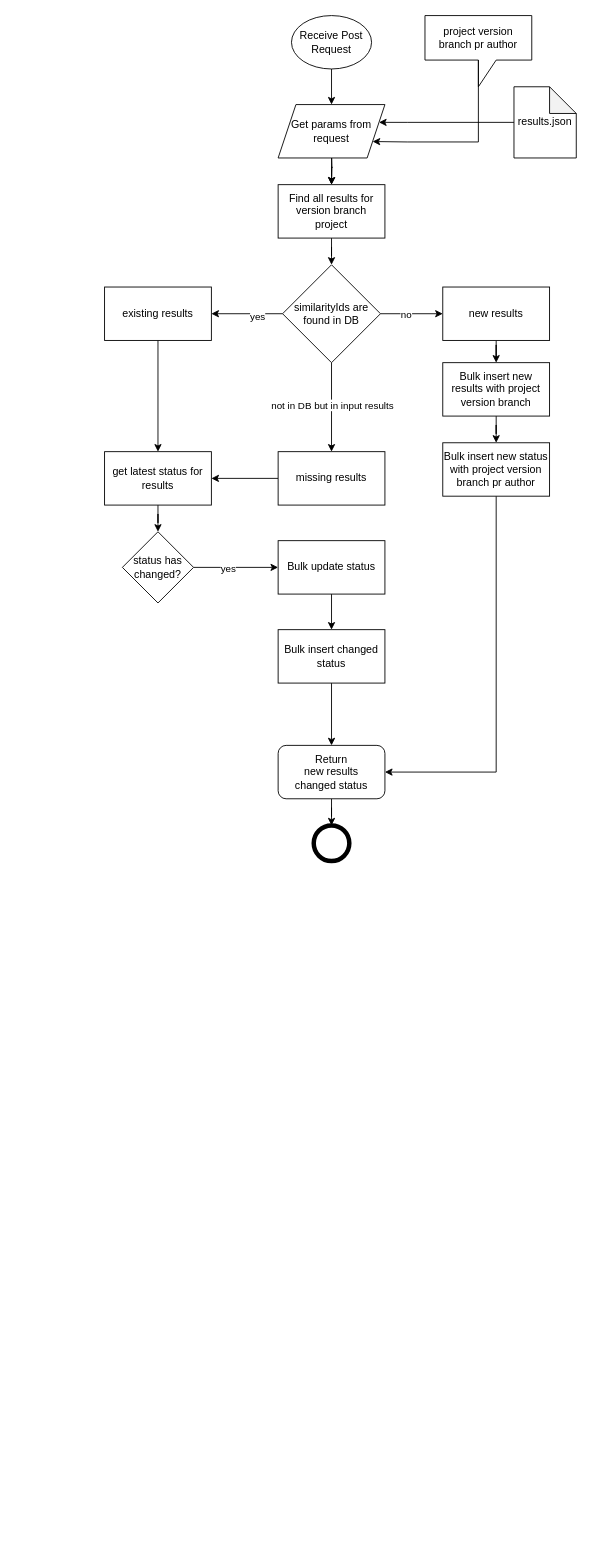
Before: page "Upload Results" (1 of 3) of Untitled Diagram.drawio in cx-joaoguedes/drawio, a draw.io diagram. Source tidied: cells renumbered, new cells numbered last; positions are measured from the earlier drawing's top-left corner, leaving out a move shared by most shapes. Both pictures are drawn from the tidied source at 89%, with x=0, y=0 at pixel (104, 15).
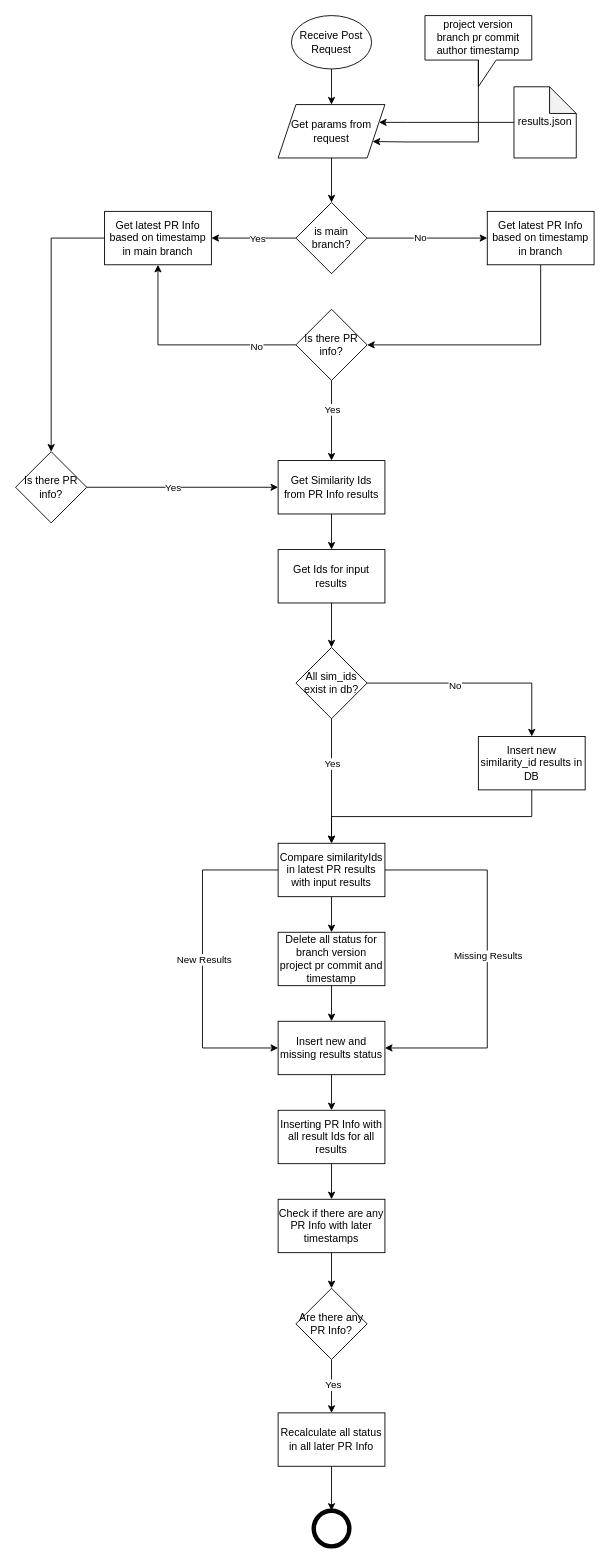
Above is the later version.

Commit message:
New logic for vorpal upload

The change refers to these unchanged cells:
```xml
<mxCell id="18" value="Get params from request" style="shape=parallelogram;perimeter=parallelogramPerimeter;whiteSpace=wrap;html=1;fixedSize=1;" parent="1" vertex="1">
  <mxGeometry x="195" y="100" width="120" height="60" as="geometry" />
</mxCell>
```

The edit, as a diff of the source:
```diff
@@
-    <mxCell id="4" style="edgeStyle=orthogonalEdgeStyle;rounded=0;orthogonalLoop=1;jettySize=auto;html=1;entryX=0.5;entryY=0;entryDx=0;entryDy=0;" parent="1" edge="1">
-      <mxGeometry relative="1" as="geometry">
-        <mxPoint x="255" y="150" as="sourcePoint" />
-        <mxPoint x="255" y="190" as="targetPoint" />
-      </mxGeometry>
-    </mxCell>
@@
-    <mxCell id="7" value="project version branch pr author" style="shape=callout;whiteSpace=wrap;html=1;perimeter=calloutPerimeter;rotation=0;" parent="1" vertex="1">
+    <mxCell id="7" value="project version branch pr commit author timestamp" style="shape=callout;whiteSpace=wrap;html=1;perimeter=calloutPerimeter;rotation=0;" parent="1" vertex="1">
       <mxGeometry x="360" width="120" height="80" as="geometry" />
     </mxCell>
@@
-    <mxCell id="9" style="edgeStyle=orthogonalEdgeStyle;rounded=0;jettySize=auto;html=1;exitX=0.5;exitY=1;exitDx=0;exitDy=0;" parent="1" edge="1" source="19" target="16">
-      <mxGeometry relative="1" as="geometry" />
-    </mxCell>
-    <mxCell id="10" style="edgeStyle=orthogonalEdgeStyle;rounded=0;jettySize=auto;html=1;" parent="1" edge="1" source="16" target="23">
-      <mxGeometry relative="1" as="geometry" />
-    </mxCell>
-    <mxCell id="11" value="yes" style="edgeLabel;html=1;align=center;verticalAlign=middle;" parent="10" vertex="1">
-      <mxGeometry x="-0.27" y="3" relative="1" as="geometry" />
-    </mxCell>
-    <mxCell id="12" style="edgeStyle=orthogonalEdgeStyle;rounded=0;jettySize=auto;html=1;" parent="1" edge="1" source="16" target="21">
-      <mxGeometry relative="1" as="geometry" />
-    </mxCell>
-    <mxCell id="13" value="no" style="edgeLabel;html=1;align=center;verticalAlign=middle;" parent="12" vertex="1">
-      <mxGeometry x="-0.19" relative="1" as="geometry" />
-    </mxCell>
-    <mxCell id="14" style="edgeStyle=orthogonalEdgeStyle;rounded=0;jettySize=auto;html=1;" parent="1" edge="1" source="16" target="25">
-      <mxGeometry relative="1" as="geometry" />
-    </mxCell>
-    <mxCell id="15" value="not in DB but in input results" style="edgeLabel;html=1;align=center;verticalAlign=middle;" parent="14" vertex="1">
-      <mxGeometry x="-0.06" relative="1" as="geometry" />
-    </mxCell>
-    <mxCell id="16" value="similarityIds are found in DB" style="rhombus;whiteSpace=wrap;html=1;" parent="1" vertex="1">
-      <mxGeometry x="200" y="280" width="110" height="110" as="geometry" />
-    </mxCell>
-    <mxCell id="17" style="edgeStyle=orthogonalEdgeStyle;rounded=0;jettySize=auto;html=1;" parent="1" edge="1" source="18" target="19">
-      <mxGeometry relative="1" as="geometry" />
-    </mxCell>
+    <mxCell id="42" style="edgeStyle=orthogonalEdgeStyle;rounded=0;jettySize=auto;html=1;" parent="1" edge="1" source="18" target="47">
+      <mxGeometry relative="1" as="geometry" />
+    </mxCell>
@@
-    <mxCell id="19" value="Find all results for version branch project" style="rounded=0;whiteSpace=wrap;html=1;" parent="1" vertex="1">
-      <mxGeometry x="195" y="190" width="120" height="60" as="geometry" />
-    </mxCell>
-    <mxCell id="20" style="edgeStyle=orthogonalEdgeStyle;rounded=0;jettySize=auto;html=1;" parent="1" edge="1" source="21" target="27">
-      <mxGeometry relative="1" as="geometry" />
-    </mxCell>
-    <mxCell id="21" value="new results" style="rounded=0;whiteSpace=wrap;html=1;" parent="1" vertex="1">
-      <mxGeometry x="380" y="305" width="120" height="60" as="geometry" />
-    </mxCell>
-    <mxCell id="22" style="edgeStyle=orthogonalEdgeStyle;rounded=0;jettySize=auto;html=1;" parent="1" edge="1" source="23" target="31">
-      <mxGeometry relative="1" as="geometry" />
-    </mxCell>
-    <mxCell id="23" value="existing results" style="rounded=0;whiteSpace=wrap;html=1;" parent="1" vertex="1">
-      <mxGeometry y="305" width="120" height="60" as="geometry" />
-    </mxCell>
-    <mxCell id="24" style="edgeStyle=orthogonalEdgeStyle;rounded=0;jettySize=auto;html=1;" parent="1" edge="1" source="25" target="31">
-      <mxGeometry relative="1" as="geometry" />
-    </mxCell>
-    <mxCell id="25" value="missing results" style="rounded=0;whiteSpace=wrap;html=1;" parent="1" vertex="1">
-      <mxGeometry x="195" y="490" width="120" height="60" as="geometry" />
-    </mxCell>
-    <mxCell id="26" style="edgeStyle=orthogonalEdgeStyle;rounded=0;jettySize=auto;html=1;" parent="1" edge="1" source="27" target="29">
-      <mxGeometry relative="1" as="geometry" />
-    </mxCell>
-    <mxCell id="27" value="Bulk insert new results with project version branch" style="rounded=0;whiteSpace=wrap;html=1;" parent="1" vertex="1">
-      <mxGeometry x="380" y="390" width="120" height="60" as="geometry" />
-    </mxCell>
-    <mxCell id="28" style="edgeStyle=orthogonalEdgeStyle;rounded=0;jettySize=auto;html=1;entryX=1;entryY=0.5;entryDx=0;entryDy=0;" parent="1" edge="1" source="29" target="40">
-      <mxGeometry relative="1" as="geometry">
-        <Array as="points">
-          <mxPoint x="440" y="850" />
-        </Array>
-      </mxGeometry>
-    </mxCell>
-    <mxCell id="29" value="Bulk insert new status&lt;div&gt;with project version branch pr author&lt;/div&gt;" style="rounded=0;whiteSpace=wrap;html=1;" parent="1" vertex="1">
-      <mxGeometry x="380" y="480" width="120" height="60" as="geometry" />
-    </mxCell>
-    <mxCell id="30" style="edgeStyle=orthogonalEdgeStyle;rounded=0;jettySize=auto;html=1;" parent="1" edge="1" source="31" target="34">
-      <mxGeometry relative="1" as="geometry" />
-    </mxCell>
-    <mxCell id="31" value="get latest status for results" style="rounded=0;whiteSpace=wrap;html=1;" parent="1" vertex="1">
-      <mxGeometry y="490" width="120" height="60" as="geometry" />
-    </mxCell>
-    <mxCell id="32" style="edgeStyle=orthogonalEdgeStyle;rounded=0;jettySize=auto;html=1;" parent="1" edge="1" source="34" target="36">
-      <mxGeometry relative="1" as="geometry" />
-    </mxCell>
-    <mxCell id="33" value="yes" style="edgeLabel;html=1;align=center;verticalAlign=middle;" parent="32" vertex="1">
-      <mxGeometry x="-0.2" y="-1" relative="1" as="geometry" />
-    </mxCell>
-    <mxCell id="34" value="status has changed?" style="rhombus;whiteSpace=wrap;html=1;" parent="1" vertex="1">
-      <mxGeometry x="20" y="580" width="80" height="80" as="geometry" />
-    </mxCell>
-    <mxCell id="35" style="edgeStyle=orthogonalEdgeStyle;rounded=0;jettySize=auto;html=1;" parent="1" edge="1" source="36" target="38">
-      <mxGeometry relative="1" as="geometry" />
-    </mxCell>
-    <mxCell id="36" value="Bulk update status" style="rounded=0;whiteSpace=wrap;html=1;" parent="1" vertex="1">
-      <mxGeometry x="195" y="590" width="120" height="60" as="geometry" />
-    </mxCell>
-    <mxCell id="37" style="edgeStyle=orthogonalEdgeStyle;rounded=0;jettySize=auto;html=1;" parent="1" edge="1" source="38" target="40">
-      <mxGeometry relative="1" as="geometry" />
-    </mxCell>
-    <mxCell id="38" value="Bulk insert changed status" style="rounded=0;whiteSpace=wrap;html=1;" parent="1" vertex="1">
-      <mxGeometry x="195" y="690" width="120" height="60" as="geometry" />
-    </mxCell>
-    <mxCell id="39" style="edgeStyle=orthogonalEdgeStyle;rounded=0;jettySize=auto;html=1;" parent="1" edge="1" source="40" target="41">
-      <mxGeometry relative="1" as="geometry" />
-    </mxCell>
-    <mxCell id="40" value="Return&lt;div&gt;new results&lt;/div&gt;&lt;div&gt;changed status&lt;/div&gt;" style="rounded=1;whiteSpace=wrap;html=1;" parent="1" vertex="1">
-      <mxGeometry x="195" y="820" width="120" height="60" as="geometry" />
-    </mxCell>
     <mxCell id="41" style="ellipse;whiteSpace=wrap;html=1;rounded=1;fillColor=#ffffff;strokeWidth=5;strokeColor=#000000;" parent="1" vertex="1">
-      <mxGeometry x="235" y="910" width="40" height="40" as="geometry" />
+      <mxGeometry x="235" y="1680" width="40" height="40" as="geometry" />
     </mxCell>
+    <mxCell id="43" style="edgeStyle=orthogonalEdgeStyle;rounded=0;jettySize=auto;html=1;" parent="1" edge="1" source="47" target="49">
+      <mxGeometry relative="1" as="geometry" />
+    </mxCell>
+    <mxCell id="44" value="Yes" style="edgeLabel;html=1;align=center;verticalAlign=middle;" parent="43" vertex="1">
+      <mxGeometry x="-0.01" y="1" relative="1" as="geometry">
+        <mxPoint x="3" y="-1" as="offset" />
+      </mxGeometry>
+    </mxCell>
+    <mxCell id="45" style="edgeStyle=orthogonalEdgeStyle;rounded=0;jettySize=auto;html=1;" parent="1" edge="1" source="47" target="51">
+      <mxGeometry relative="1" as="geometry" />
+    </mxCell>
+    <mxCell id="46" value="No" style="edgeLabel;html=1;align=center;verticalAlign=middle;" parent="45" vertex="1">
+      <mxGeometry x="-0.12" y="1" relative="1" as="geometry" />
+    </mxCell>
+    <mxCell id="47" value="is main branch?" style="rhombus;whiteSpace=wrap;html=1;" parent="1" vertex="1">
+      <mxGeometry x="215" y="210" width="80" height="80" as="geometry" />
+    </mxCell>
+    <mxCell id="48" style="edgeStyle=orthogonalEdgeStyle;rounded=0;jettySize=auto;html=1;" parent="1" edge="1" source="49" target="59">
+      <mxGeometry relative="1" as="geometry" />
+    </mxCell>
+    <mxCell id="49" value="Get latest PR Info based on timestamp in main branch" style="whiteSpace=wrap;html=1;" parent="1" vertex="1">
+      <mxGeometry y="220" width="120" height="60" as="geometry" />
+    </mxCell>
+    <mxCell id="50" style="edgeStyle=orthogonalEdgeStyle;rounded=0;jettySize=auto;html=1;" parent="1" edge="1" source="51" target="56">
+      <mxGeometry relative="1" as="geometry">
+        <Array as="points">
+          <mxPoint x="490" y="370" />
+        </Array>
+      </mxGeometry>
+    </mxCell>
+    <mxCell id="51" value="Get latest PR Info based on timestamp in branch" style="whiteSpace=wrap;html=1;" parent="1" vertex="1">
+      <mxGeometry x="430" y="220" width="120" height="60" as="geometry" />
+    </mxCell>
+    <mxCell id="52" style="edgeStyle=orthogonalEdgeStyle;rounded=0;jettySize=auto;html=1;entryX=0.5;entryY=1;entryDx=0;entryDy=0;" parent="1" edge="1" source="56" target="49">
+      <mxGeometry relative="1" as="geometry" />
+    </mxCell>
+    <mxCell id="53" value="No" style="edgeLabel;html=1;align=center;verticalAlign=middle;" parent="52" vertex="1">
+      <mxGeometry x="-0.63" y="1" relative="1" as="geometry" />
+    </mxCell>
+    <mxCell id="54" style="edgeStyle=orthogonalEdgeStyle;rounded=0;jettySize=auto;html=1;" parent="1" edge="1" source="56" target="61">
+      <mxGeometry relative="1" as="geometry" />
+    </mxCell>
+    <mxCell id="55" value="Yes" style="edgeLabel;html=1;align=center;verticalAlign=middle;" parent="54" vertex="1">
+      <mxGeometry x="-0.48" y="1" relative="1" as="geometry">
+        <mxPoint x="-1" y="9" as="offset" />
+      </mxGeometry>
+    </mxCell>
+    <mxCell id="56" value="Is there PR info?" style="rhombus;whiteSpace=wrap;html=1;" parent="1" vertex="1">
+      <mxGeometry x="215" y="330" width="80" height="80" as="geometry" />
+    </mxCell>
+    <mxCell id="57" style="edgeStyle=orthogonalEdgeStyle;rounded=0;jettySize=auto;html=1;entryX=0;entryY=0.5;entryDx=0;entryDy=0;exitX=1;exitY=0.5;exitDx=0;exitDy=0;" parent="1" edge="1" source="59" target="61">
+      <mxGeometry relative="1" as="geometry">
+        <Array as="points">
+          <mxPoint x="195" y="530" />
+        </Array>
+      </mxGeometry>
+    </mxCell>
+    <mxCell id="58" value="Yes" style="edgeLabel;html=1;align=center;verticalAlign=middle;" parent="57" vertex="1">
+      <mxGeometry x="-0.11" relative="1" as="geometry" />
+    </mxCell>
+    <mxCell id="59" value="Is there PR info?" style="rhombus;whiteSpace=wrap;html=1;" parent="1" vertex="1">
+      <mxGeometry x="-100" y="490" width="80" height="80" as="geometry" />
+    </mxCell>
+    <mxCell id="60" style="edgeStyle=orthogonalEdgeStyle;rounded=0;jettySize=auto;html=1;" parent="1" edge="1" source="61" target="73">
+      <mxGeometry relative="1" as="geometry" />
+    </mxCell>
+    <mxCell id="61" value="Get Similarity Ids from PR Info results" style="whiteSpace=wrap;html=1;" parent="1" vertex="1">
+      <mxGeometry x="195" y="500" width="120" height="60" as="geometry" />
+    </mxCell>
+    <mxCell id="62" style="edgeStyle=orthogonalEdgeStyle;rounded=0;jettySize=auto;html=1;" parent="1" edge="1" source="67" target="69">
+      <mxGeometry relative="1" as="geometry" />
+    </mxCell>
+    <mxCell id="63" style="edgeStyle=orthogonalEdgeStyle;rounded=0;jettySize=auto;html=1;entryX=1;entryY=0.5;entryDx=0;entryDy=0;" parent="1" edge="1" source="67" target="71">
+      <mxGeometry relative="1" as="geometry">
+        <Array as="points">
+          <mxPoint x="430" y="960" />
+          <mxPoint x="430" y="1160" />
+        </Array>
+      </mxGeometry>
+    </mxCell>
+    <mxCell id="64" value="Missing Results" style="edgeLabel;html=1;align=center;verticalAlign=middle;" parent="63" vertex="1">
+      <mxGeometry x="-0.02" relative="1" as="geometry" />
+    </mxCell>
+    <mxCell id="65" style="edgeStyle=orthogonalEdgeStyle;rounded=0;jettySize=auto;html=1;entryX=0;entryY=0.5;entryDx=0;entryDy=0;" parent="1" edge="1" source="67" target="71">
+      <mxGeometry relative="1" as="geometry">
+        <Array as="points">
+          <mxPoint x="110" y="960" />
+          <mxPoint x="110" y="1160" />
+        </Array>
+      </mxGeometry>
+    </mxCell>
+    <mxCell id="66" value="New Results" style="edgeLabel;html=1;align=center;verticalAlign=middle;" parent="65" vertex="1">
+      <mxGeometry x="-0.03" y="1" relative="1" as="geometry">
+        <mxPoint y="6" as="offset" />
+      </mxGeometry>
+    </mxCell>
+    <mxCell id="67" value="Compare similarityIds in latest PR results with input results" style="whiteSpace=wrap;html=1;" parent="1" vertex="1">
+      <mxGeometry x="195" y="930" width="120" height="60" as="geometry" />
+    </mxCell>
+    <mxCell id="68" style="edgeStyle=orthogonalEdgeStyle;rounded=0;jettySize=auto;html=1;" parent="1" edge="1" source="69" target="71">
+      <mxGeometry relative="1" as="geometry" />
+    </mxCell>
+    <mxCell id="69" value="Delete all status for branch version project pr commit and timestamp" style="whiteSpace=wrap;html=1;" parent="1" vertex="1">
+      <mxGeometry x="195" y="1030" width="120" height="60" as="geometry" />
+    </mxCell>
+    <mxCell id="70" style="edgeStyle=orthogonalEdgeStyle;rounded=0;jettySize=auto;html=1;" parent="1" edge="1" source="71" target="82">
+      <mxGeometry relative="1" as="geometry" />
+    </mxCell>
+    <mxCell id="71" value="Insert new and missing results status" style="whiteSpace=wrap;html=1;" parent="1" vertex="1">
+      <mxGeometry x="195" y="1130" width="120" height="60" as="geometry" />
+    </mxCell>
+    <mxCell id="72" style="edgeStyle=orthogonalEdgeStyle;rounded=0;jettySize=auto;html=1;" parent="1" edge="1" source="73" target="78">
+      <mxGeometry relative="1" as="geometry" />
+    </mxCell>
+    <mxCell id="73" value="Get Ids for input results" style="whiteSpace=wrap;html=1;" parent="1" vertex="1">
+      <mxGeometry x="195" y="600" width="120" height="60" as="geometry" />
+    </mxCell>
+    <mxCell id="74" style="edgeStyle=orthogonalEdgeStyle;rounded=0;jettySize=auto;html=1;entryX=0.5;entryY=0;entryDx=0;entryDy=0;" parent="1" edge="1" source="78" target="80">
+      <mxGeometry relative="1" as="geometry" />
+    </mxCell>
+    <mxCell id="75" value="No" style="edgeLabel;html=1;align=center;verticalAlign=middle;" parent="74" vertex="1">
+      <mxGeometry x="-0.2" y="-2" relative="1" as="geometry" />
+    </mxCell>
+    <mxCell id="76" style="edgeStyle=orthogonalEdgeStyle;rounded=0;jettySize=auto;html=1;entryX=0.5;entryY=0;entryDx=0;entryDy=0;" parent="1" edge="1" source="78" target="67">
+      <mxGeometry relative="1" as="geometry" />
+    </mxCell>
+    <mxCell id="77" value="Yes" style="edgeLabel;html=1;align=center;verticalAlign=middle;" parent="76" vertex="1">
+      <mxGeometry x="-0.48" relative="1" as="geometry">
+        <mxPoint y="14" as="offset" />
+      </mxGeometry>
+    </mxCell>
+    <mxCell id="78" value="All sim_ids exist in db?" style="rhombus;whiteSpace=wrap;html=1;" parent="1" vertex="1">
+      <mxGeometry x="215" y="710" width="80" height="80" as="geometry" />
+    </mxCell>
+    <mxCell id="79" style="edgeStyle=orthogonalEdgeStyle;rounded=0;jettySize=auto;html=1;" parent="1" edge="1" source="80" target="67">
+      <mxGeometry relative="1" as="geometry">
+        <Array as="points">
+          <mxPoint x="480" y="900" />
+          <mxPoint x="255" y="900" />
+        </Array>
+      </mxGeometry>
+    </mxCell>
+    <mxCell id="80" value="Insert new similarity_id results in DB" style="whiteSpace=wrap;html=1;" parent="1" vertex="1">
+      <mxGeometry x="420" y="810" width="120" height="60" as="geometry" />
+    </mxCell>
+    <mxCell id="81" style="edgeStyle=orthogonalEdgeStyle;rounded=0;jettySize=auto;html=1;" parent="1" edge="1" source="82" target="84">
+      <mxGeometry relative="1" as="geometry" />
+    </mxCell>
+    <mxCell id="82" value="Inserting PR Info with all result Ids for all results" style="whiteSpace=wrap;html=1;" parent="1" vertex="1">
+      <mxGeometry x="195" y="1230" width="120" height="60" as="geometry" />
+    </mxCell>
+    <mxCell id="83" style="edgeStyle=orthogonalEdgeStyle;rounded=0;jettySize=auto;html=1;" parent="1" edge="1" source="84" target="87">
+      <mxGeometry relative="1" as="geometry" />
+    </mxCell>
+    <mxCell id="84" value="Check if there are any PR Info with later timestamps" style="whiteSpace=wrap;html=1;" parent="1" vertex="1">
+      <mxGeometry x="195" y="1330" width="120" height="60" as="geometry" />
+    </mxCell>
+    <mxCell id="85" style="edgeStyle=orthogonalEdgeStyle;rounded=0;jettySize=auto;html=1;" parent="1" edge="1" source="87" target="89">
+      <mxGeometry relative="1" as="geometry" />
+    </mxCell>
+    <mxCell id="86" value="Yes" style="edgeLabel;html=1;align=center;verticalAlign=middle;" parent="85" vertex="1">
+      <mxGeometry x="-0.08" y="1" relative="1" as="geometry" />
+    </mxCell>
+    <mxCell id="87" value="Are there any PR Info?" style="rhombus;whiteSpace=wrap;html=1;" parent="1" vertex="1">
+      <mxGeometry x="215" y="1430" width="80" height="80" as="geometry" />
+    </mxCell>
+    <mxCell id="88" style="edgeStyle=orthogonalEdgeStyle;rounded=0;jettySize=auto;html=1;" parent="1" edge="1" source="89" target="41">
+      <mxGeometry relative="1" as="geometry" />
+    </mxCell>
+    <mxCell id="89" value="Recalculate all status in all later PR Info" style="whiteSpace=wrap;html=1;" parent="1" vertex="1">
+      <mxGeometry x="195" y="1570" width="120" height="60" as="geometry" />
+    </mxCell>
```
